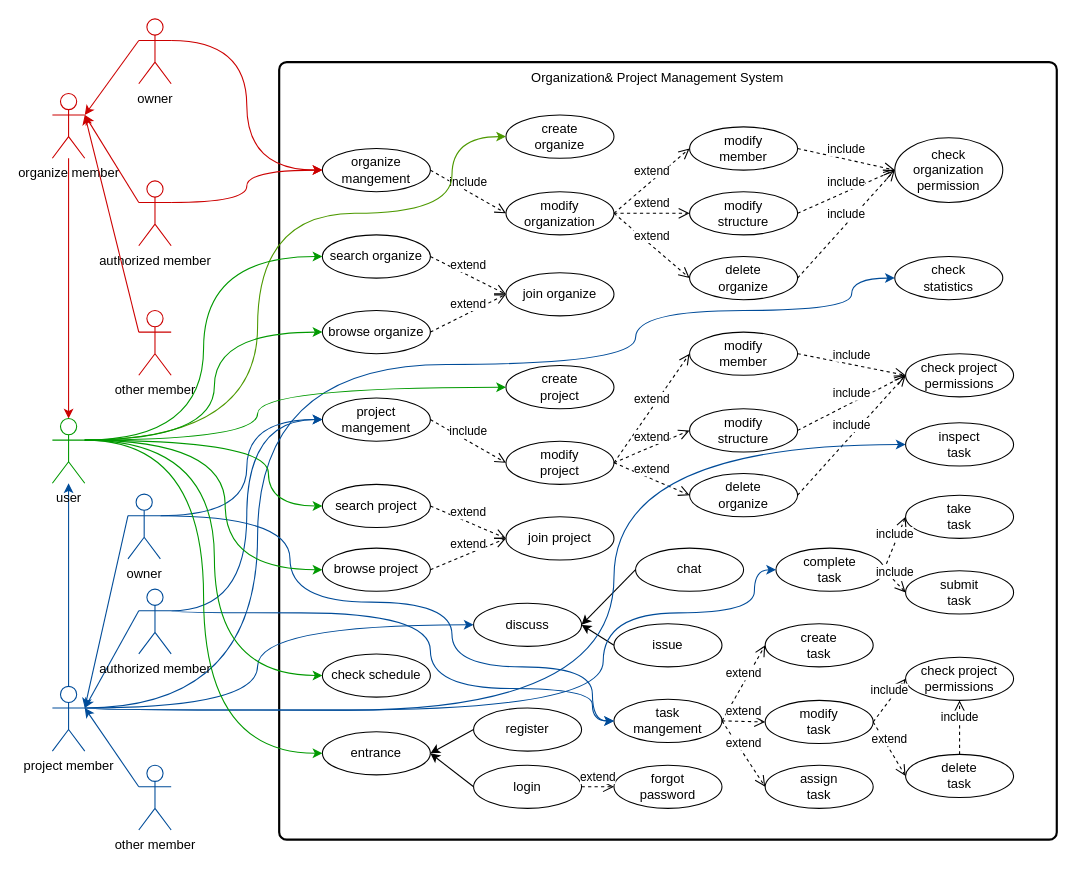
Before: ProgramSystemArchitech/PrograsmSystemLab1.drawio in Tolia-GH/ITMO-PE, a draw.io diagram. Source tidied: cells renumbered, new cells numbered last; positions are measured from the earlier drawing's top-left corner, leaving out a move shared by most shapes. Both pictures are drawn from the tidied source at 108%, with x=0, y=0 at pixel (52, 18).
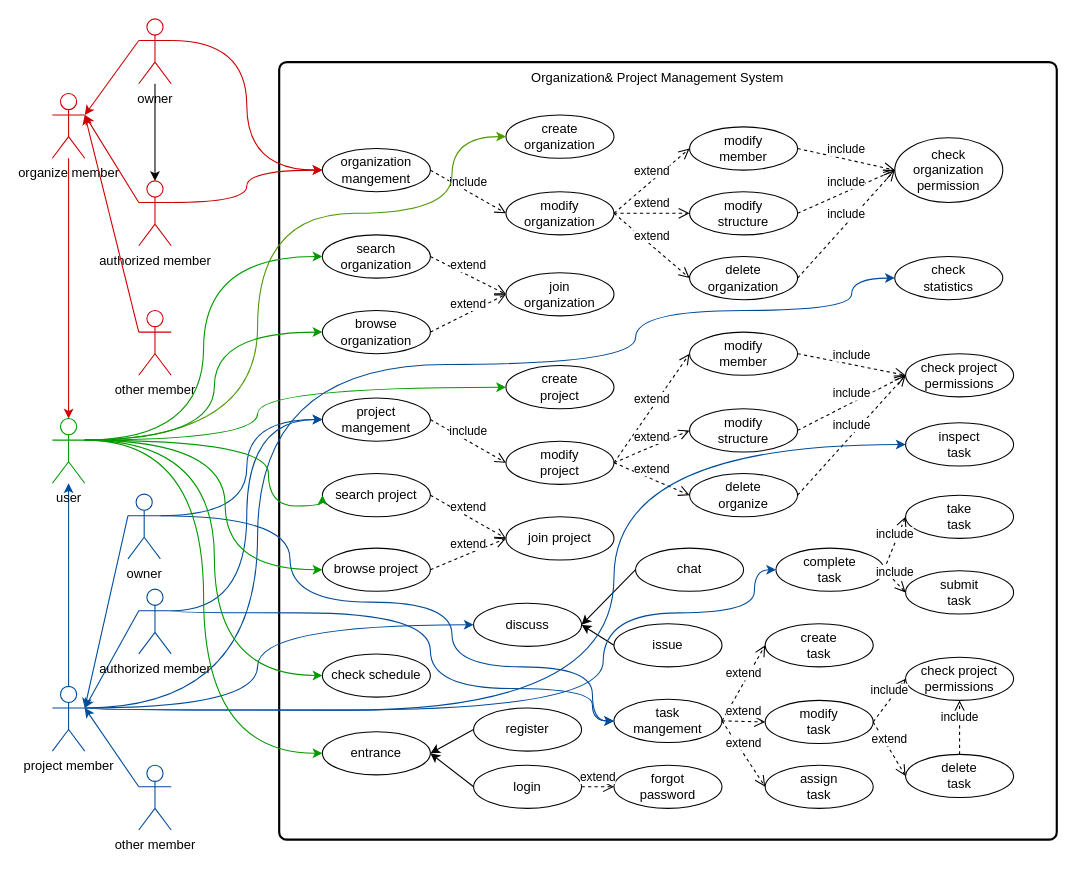
The same diagram, later.

The change refers to these unchanged cells:
```xml
<mxCell id="76" value="owner" style="shape=umlActor;verticalLabelPosition=bottom;verticalAlign=top;html=1;strokeColor=#CC0000;" parent="1" vertex="1">
  <mxGeometry x="80" width="30" height="60" as="geometry" />
</mxCell>
<mxCell id="78" value="authorized member" style="shape=umlActor;verticalLabelPosition=bottom;verticalAlign=top;html=1;strokeColor=#CC0000;" parent="1" vertex="1">
  <mxGeometry x="80" y="150" width="30" height="60" as="geometry" />
</mxCell>
```

What changed in the source:
```diff
@@
-    <mxCell id="12" value="organize mangement" style="ellipse;whiteSpace=wrap;html=1;" parent="1" vertex="1">
+    <mxCell id="12" value="organization mangement" style="ellipse;whiteSpace=wrap;html=1;" parent="1" vertex="1">
       <mxGeometry x="250" y="120" width="100" height="40" as="geometry" />
     </mxCell>
-    <mxCell id="13" value="create&lt;br&gt;organize" style="ellipse;whiteSpace=wrap;html=1;" parent="1" vertex="1">
+    <mxCell id="13" value="create&lt;br&gt;organization" style="ellipse;whiteSpace=wrap;html=1;" parent="1" vertex="1">
       <mxGeometry x="420" y="89" width="100" height="40" as="geometry" />
     </mxCell>
@@
-    <mxCell id="15" value="delete&lt;br&gt;organize" style="ellipse;whiteSpace=wrap;html=1;" parent="1" vertex="1">
+    <mxCell id="15" value="delete&lt;br&gt;organization" style="ellipse;whiteSpace=wrap;html=1;" parent="1" vertex="1">
       <mxGeometry x="590" y="220" width="100" height="40" as="geometry" />
     </mxCell>
@@
-    <mxCell id="32" value="search organize" style="ellipse;whiteSpace=wrap;html=1;" parent="1" vertex="1">
+    <mxCell id="32" value="search organization" style="ellipse;whiteSpace=wrap;html=1;" parent="1" vertex="1">
       <mxGeometry x="250" y="200" width="100" height="40" as="geometry" />
     </mxCell>
-    <mxCell id="33" value="join organize" style="ellipse;whiteSpace=wrap;html=1;" parent="1" vertex="1">
+    <mxCell id="33" value="join&lt;br&gt;organization" style="ellipse;whiteSpace=wrap;html=1;" parent="1" vertex="1">
       <mxGeometry x="420" y="235" width="100" height="40" as="geometry" />
     </mxCell>
@@
     <mxCell id="35" value="search project" style="ellipse;whiteSpace=wrap;html=1;" parent="1" vertex="1">
-      <mxGeometry x="250" y="431" width="100" height="40" as="geometry" />
+      <mxGeometry x="250" y="421" width="100" height="40" as="geometry" />
     </mxCell>
@@
-    <mxCell id="65" value="browse organize" style="ellipse;whiteSpace=wrap;html=1;" parent="1" vertex="1">
+    <mxCell id="65" value="browse organization" style="ellipse;whiteSpace=wrap;html=1;" parent="1" vertex="1">
       <mxGeometry x="250" y="270" width="100" height="40" as="geometry" />
     </mxCell>
@@
+    <mxCell id="109" style="edgeStyle=orthogonalEdgeStyle;curved=1;rounded=0;jettySize=auto;html=1;" parent="1" edge="1" source="76" target="78">
+      <mxGeometry relative="1" as="geometry" />
+    </mxCell>
```
